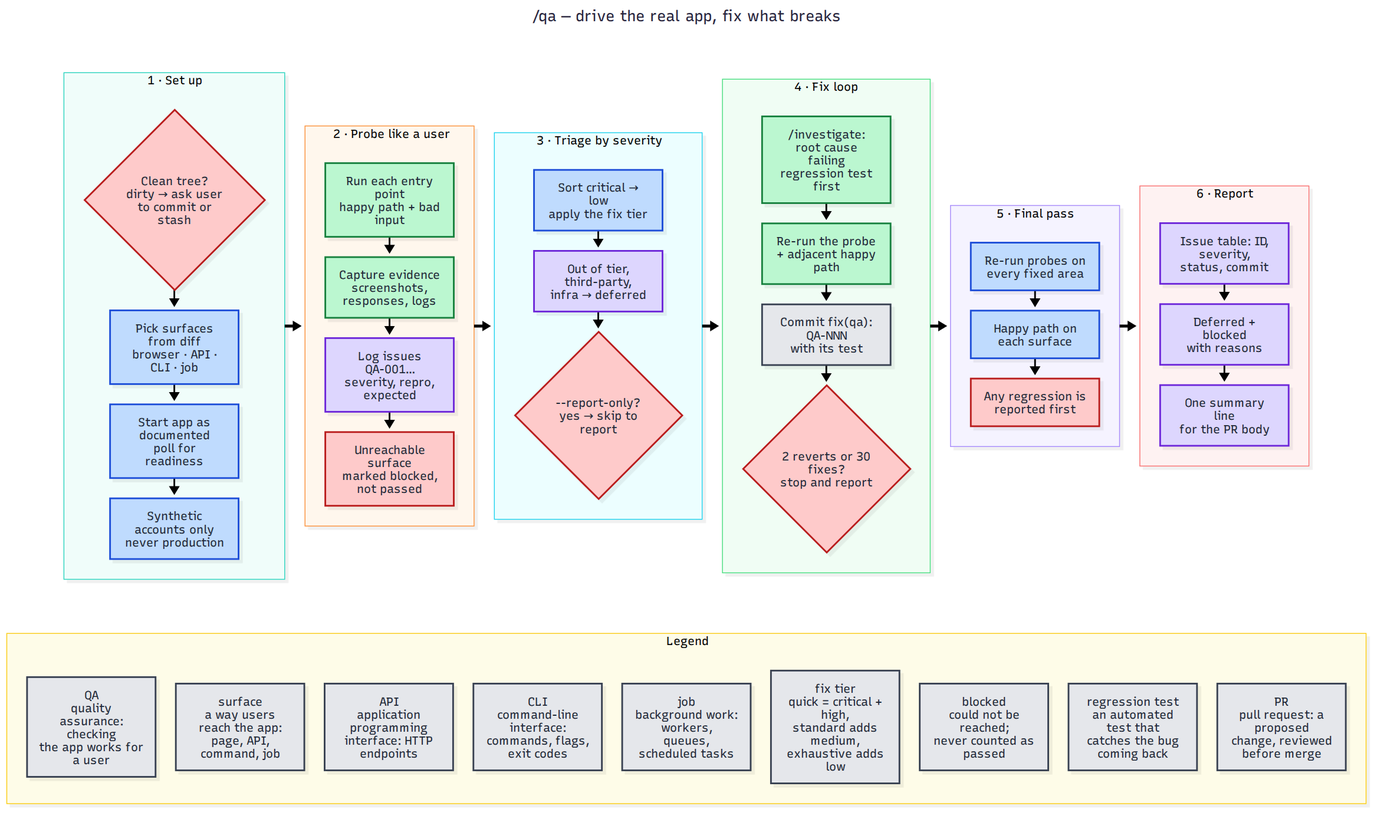
Earlier version of the Mermaid export docs/diagrams/generated/qa.png (victusfate/scaffold). Its source is kept beside it as docs/diagrams/src/qa.mmd. The source it was exported from:
```mermaid
---
title: /qa — drive the real app, fix what breaks
---
flowchart TB
  classDef owner fill:#fde68a,stroke:#b45309,color:#1f2937
  classDef orch fill:#bfdbfe,stroke:#1d4ed8,color:#1f2937
  classDef state fill:#ddd6fe,stroke:#6d28d9,color:#1f2937
  classDef lane fill:#bbf7d0,stroke:#15803d,color:#1f2937
  classDef git fill:#e5e7eb,stroke:#374151,color:#1f2937
  classDef gate fill:#fecaca,stroke:#b91c1c,color:#1f2937


  subgraph FLOW[" "]
  direction LR

  subgraph SETUP["1 · Set up"]
    direction TB
    S1{"Clean tree?<br/>dirty → ask user<br/>to commit or stash"}:::gate
    S2["Pick surfaces from diff<br/>browser · API · CLI · job"]:::orch
    S3["Start app as documented<br/>poll for readiness"]:::orch
    S4["Synthetic accounts only<br/>never production"]:::orch
    S1 --> S2 --> S3 --> S4
  end

  subgraph PROBE["2 · Probe like a user"]
    direction TB
    P1["Run each entry point<br/>happy path + bad input"]:::lane
    P2["Capture evidence<br/>screenshots, responses, logs"]:::lane
    P3["Log issues QA-001…<br/>severity, repro, expected"]:::state
    P4["Unreachable surface<br/>marked blocked, not passed"]:::gate
    P1 --> P2 --> P3 --> P4
  end

  subgraph TRIAGE["3 · Triage by severity"]
    direction TB
    T1["Sort critical → low<br/>apply the fix tier"]:::orch
    T2["Out of tier, third-party,<br/>infra → deferred"]:::state
    T3{"--report-only?<br/>yes → skip to report"}:::gate
    T1 --> T2 --> T3
  end

  subgraph FIX["4 · Fix loop"]
    direction TB
    F1["/investigate: root cause<br/>failing regression test first"]:::lane
    F2["Re-run the probe<br/>+ adjacent happy path"]:::lane
    F3["Commit fix(qa): QA-NNN<br/>with its test"]:::git
    F4{"2 reverts or 30 fixes?<br/>stop and report"}:::gate
    F1 --> F2 --> F3 --> F4
  end

  subgraph FINAL["5 · Final pass"]
    direction TB
    R1["Re-run probes on<br/>every fixed area"]:::orch
    R2["Happy path on<br/>each surface"]:::orch
    R3["Any regression is<br/>reported first"]:::gate
    R1 --> R2 --> R3
  end

  subgraph REPORT["6 · Report"]
    direction TB
    Q1["Issue table: ID, severity,<br/>status, commit"]:::state
    Q2["Deferred + blocked<br/>with reasons"]:::state
    Q3["One summary line<br/>for the PR body"]:::state
    Q1 --> Q2 --> Q3
  end

  SETUP ==> PROBE ==> TRIAGE ==> FIX ==> FINAL ==> REPORT
  end
  style FLOW fill:none,stroke:none

  subgraph LEGEND["Legend"]
    direction LR
    L1["QA<br/>quality assurance: checking<br/>the app works for a user"]:::git
    L2["surface<br/>a way users reach the app:<br/>page, API, command, job"]:::git
    L3["API<br/>application programming<br/>interface: HTTP endpoints"]:::git
    L4["CLI<br/>command-line interface:<br/>commands, flags, exit codes"]:::git
    L5["job<br/>background work: workers,<br/>queues, scheduled tasks"]:::git
    L6["fix tier<br/>quick = critical + high,<br/>standard adds medium,<br/>exhaustive adds low"]:::git
    L7["blocked<br/>could not be reached;<br/>never counted as passed"]:::git
    L8["regression test<br/>an automated test that<br/>catches the bug coming back"]:::git
    L9["PR<br/>pull request: a proposed<br/>change, reviewed before merge"]:::git
    L1 ~~~ L2 ~~~ L3 ~~~ L4 ~~~ L5 ~~~ L6 ~~~ L7 ~~~ L8 ~~~ L9
  end

  FLOW ~~~ LEGEND
```
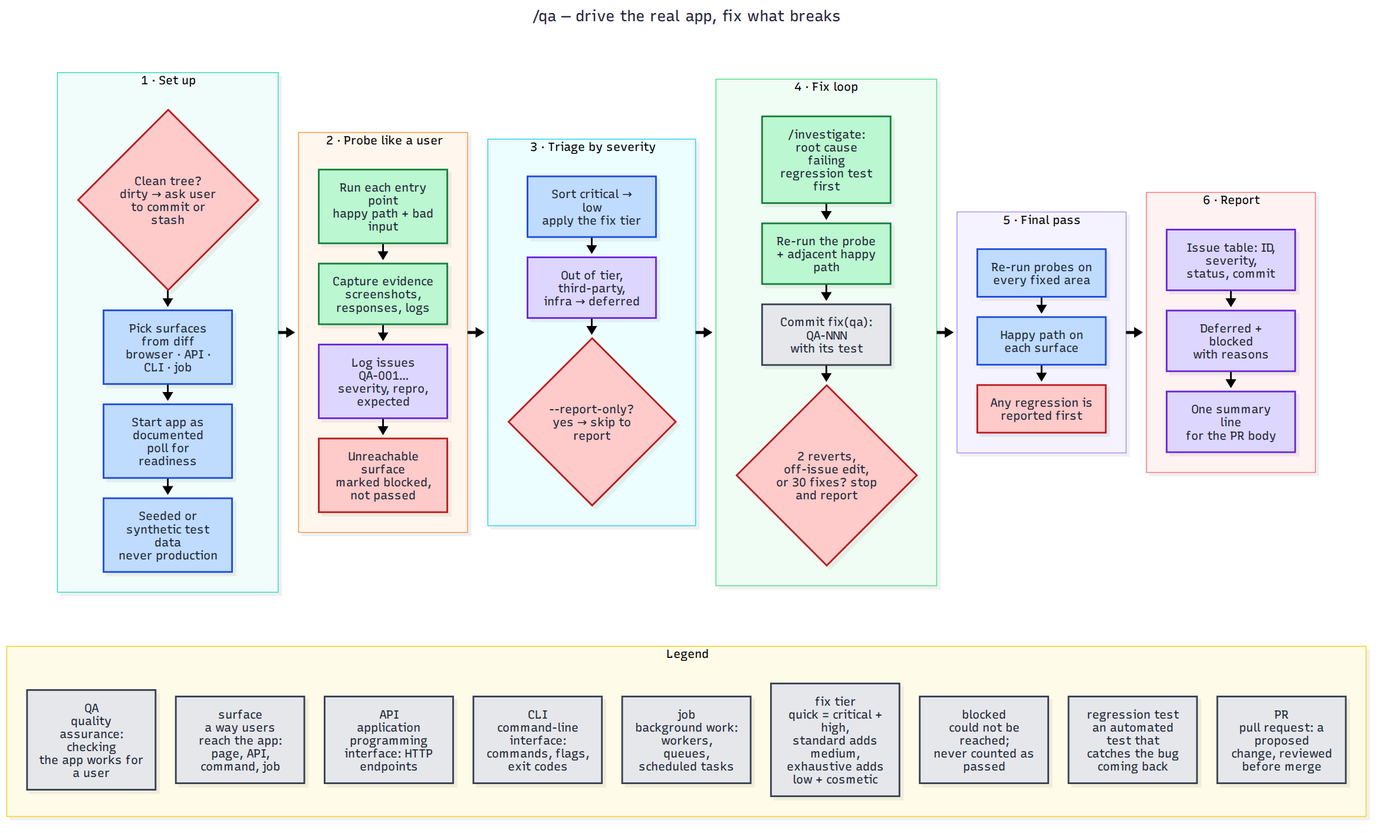
Above is the later version.

The edit, as a diff of the source:
```diff
@@ -18,7 +18,7 @@
     S1{"Clean tree?<br/>dirty → ask user<br/>to commit or stash"}:::gate
     S2["Pick surfaces from diff<br/>browser · API · CLI · job"]:::orch
     S3["Start app as documented<br/>poll for readiness"]:::orch
-    S4["Synthetic accounts only<br/>never production"]:::orch
+    S4["Seeded or synthetic test data<br/>never production"]:::orch
     S1 --> S2 --> S3 --> S4
   end
 
@@ -44,7 +44,7 @@
     F1["/investigate: root cause<br/>failing regression test first"]:::lane
     F2["Re-run the probe<br/>+ adjacent happy path"]:::lane
     F3["Commit fix(qa): QA-NNN<br/>with its test"]:::git
-    F4{"2 reverts or 30 fixes?<br/>stop and report"}:::gate
+    F4{"2 reverts, off-issue edit,<br/>or 30 fixes? stop and report"}:::gate
     F1 --> F2 --> F3 --> F4
   end
 
@@ -75,7 +75,7 @@
     L3["API<br/>application programming<br/>interface: HTTP endpoints"]:::git
     L4["CLI<br/>command-line interface:<br/>commands, flags, exit codes"]:::git
     L5["job<br/>background work: workers,<br/>queues, scheduled tasks"]:::git
-    L6["fix tier<br/>quick = critical + high,<br/>standard adds medium,<br/>exhaustive adds low"]:::git
+    L6["fix tier<br/>quick = critical + high,<br/>standard adds medium,<br/>exhaustive adds low + cosmetic"]:::git
     L7["blocked<br/>could not be reached;<br/>never counted as passed"]:::git
     L8["regression test<br/>an automated test that<br/>catches the bug coming back"]:::git
     L9["PR<br/>pull request: a proposed<br/>change, reviewed before merge"]:::git
```
